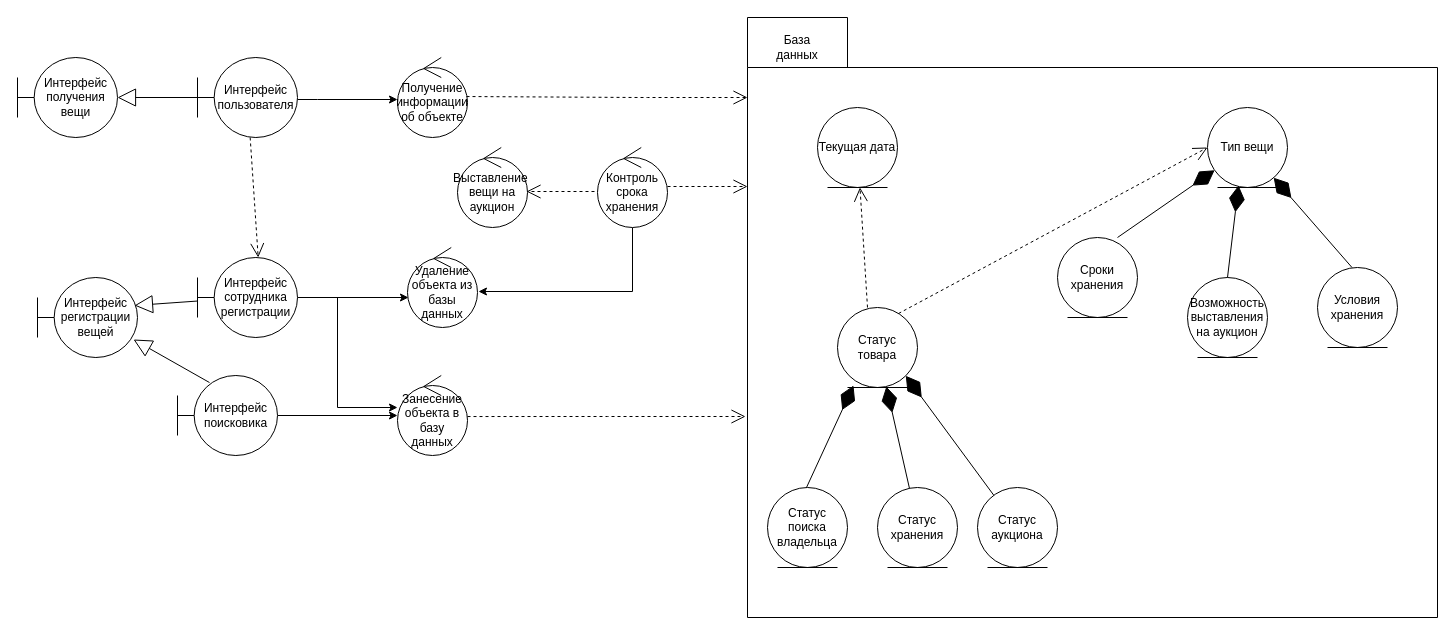
Before: page "Page-1" (1 of 2) of Byro2.drawio in zaxarello/DMS, a draw.io diagram. Source tidied: cells renumbered, new cells numbered last; positions are measured from the earlier drawing's top-left corner, leaving out a move shared by most shapes. Both pictures are drawn from the tidied source at 100%, with x=0, y=0 at pixel (17, 17).
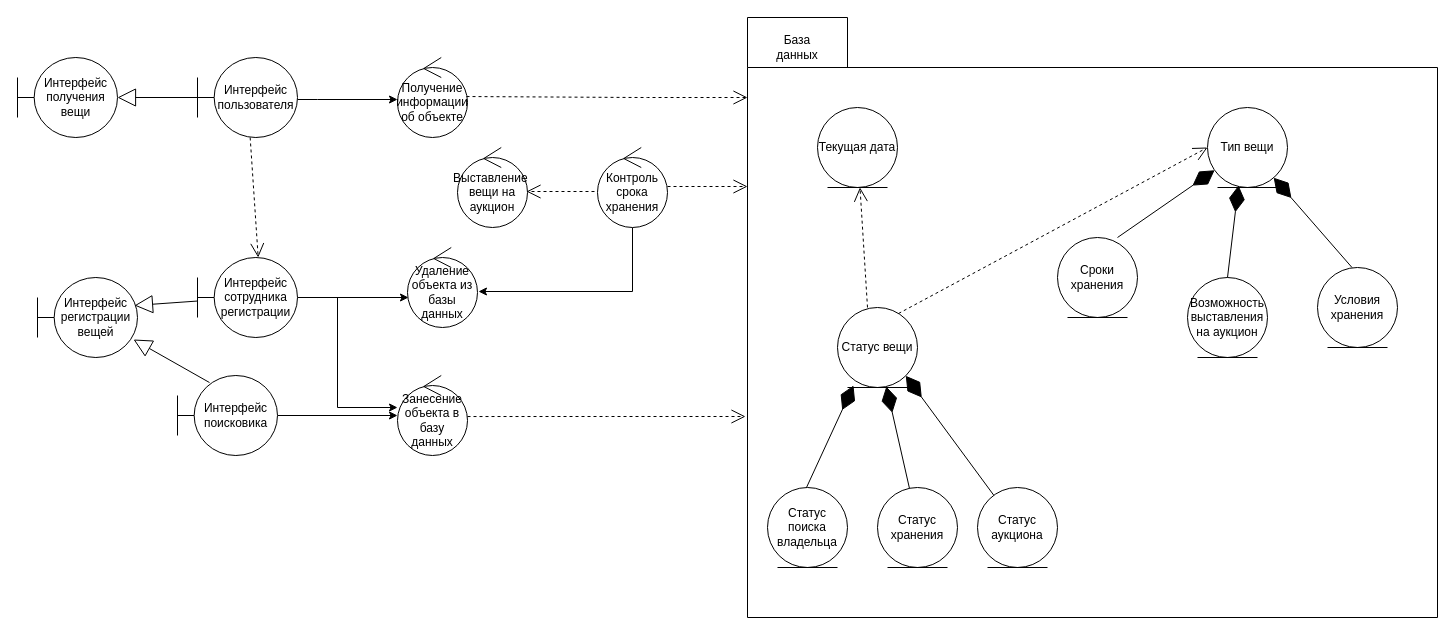
Above is the later version.

Diff of the diagram source:
```diff
@@
-    <mxCell id="16" value="Статус товара" style="ellipse;shape=umlEntity;whiteSpace=wrap;html=1;" parent="1" vertex="1">
+    <mxCell id="16" value="Статус вещи" style="ellipse;shape=umlEntity;whiteSpace=wrap;html=1;" parent="1" vertex="1">
       <mxGeometry x="820" y="290" width="80" height="80" as="geometry" />
     </mxCell>
```
